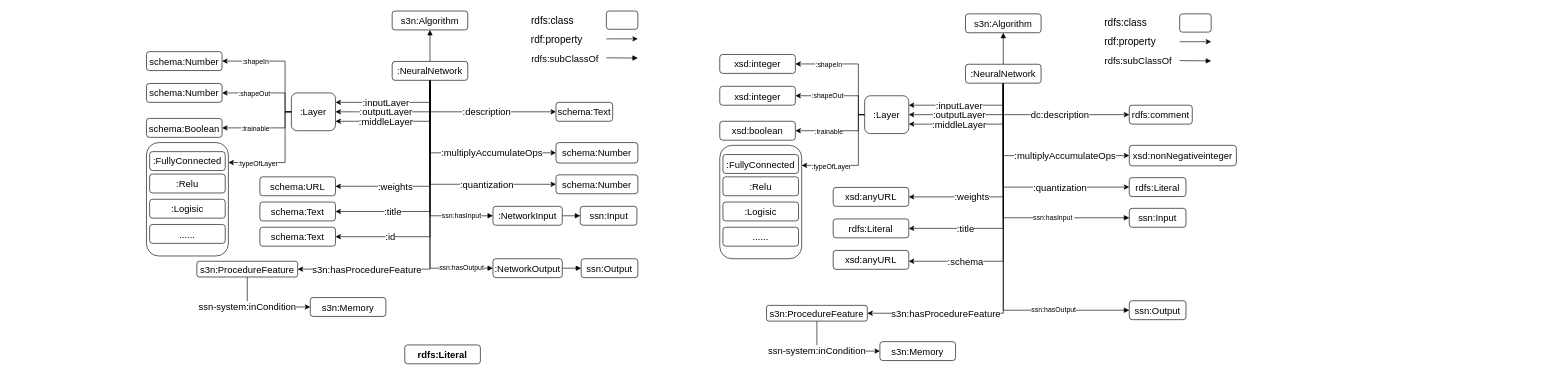
Earlier version of the draw.io diagram Untitled Diagram 1.drawio (Haoyu-R/appendix). Source tidied: cells renumbered, new cells numbered last; positions are measured from the earlier drawing's top-left corner, leaving out a move shared by most shapes. Both pictures are drawn from the tidied source at 63%, with x=0, y=0 at pixel (146, 11).
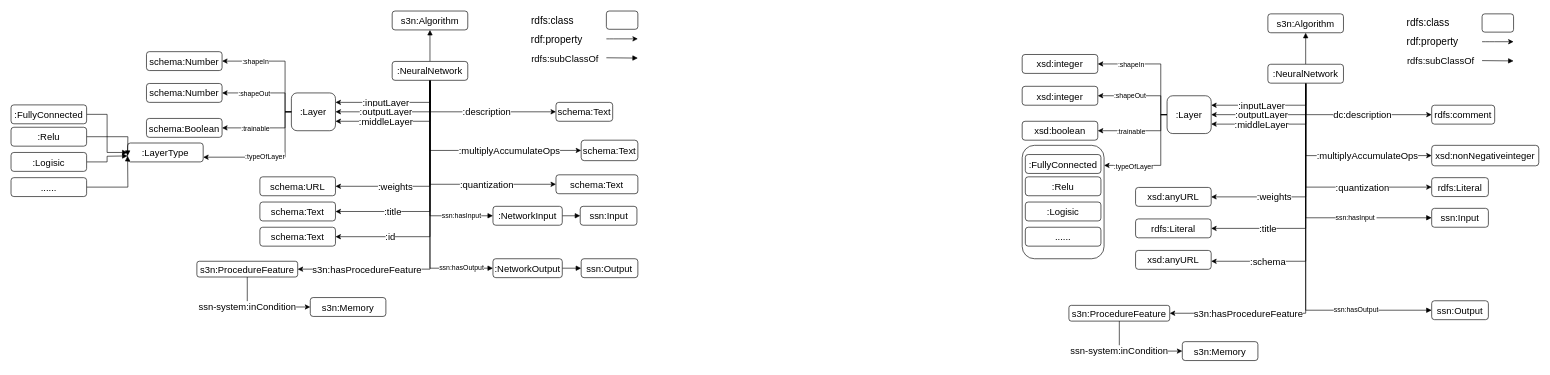
The same page after the edit.

Diff of the diagram source:
```diff
@@
-    <mxCell id="19" value="schema:Number" style="rounded=1;whiteSpace=wrap;html=1;fontSize=15;" parent="1" vertex="1">
-      <mxGeometry x="650" y="208.8" width="130" height="32.5" as="geometry" />
+    <mxCell id="19" value="schema:Text" style="rounded=1;whiteSpace=wrap;html=1;fontSize=15;" parent="1" vertex="1">
+      <mxGeometry x="690" y="205" width="90" height="32.5" as="geometry" />
     </mxCell>
-    <mxCell id="20" value="schema:Number" style="rounded=1;whiteSpace=wrap;html=1;fontSize=15;" parent="1" vertex="1">
+    <mxCell id="20" value="schema:Text" style="rounded=1;whiteSpace=wrap;html=1;fontSize=15;" parent="1" vertex="1">
       <mxGeometry x="650" y="260" width="130" height="30" as="geometry" />
     </mxCell>
@@
     <mxCell id="36" value="s3n:Algorithm" style="rounded=1;whiteSpace=wrap;html=1;fontSize=15;" parent="1" vertex="1">
-      <mxGeometry x="1300" y="4.5" width="120" height="30" as="geometry" />
+      <mxGeometry x="1780" y="4.5" width="120" height="30" as="geometry" />
     </mxCell>
     <mxCell id="37" value=":title" style="edgeStyle=orthogonalEdgeStyle;rounded=0;jettySize=auto;html=1;exitX=0.5;exitY=1;exitDx=0;exitDy=0;fontSize=15;entryX=1;entryY=0.5;entryDx=0;entryDy=0;" parent="1" edge="1" source="49" target="62">
       <mxGeometry x="0.53" relative="1" as="geometry">
         <Array as="points">
-          <mxPoint x="1360" y="345" />
+          <mxPoint x="1840" y="345" />
         </Array>
       </mxGeometry>
     </mxCell>
@@
     <mxCell id="49" value=":NeuralNetwork" style="rounded=1;whiteSpace=wrap;html=1;fontSize=15;" parent="1" vertex="1">
-      <mxGeometry x="1300" y="84.5" width="120" height="30" as="geometry" />
+      <mxGeometry x="1780" y="84.5" width="120" height="30" as="geometry" />
     </mxCell>
     <mxCell id="50" value="xsd:anyURL" style="rounded=1;whiteSpace=wrap;html=1;fontSize=15;" parent="1" vertex="1">
-      <mxGeometry x="1090" y="280" width="120" height="30" as="geometry" />
+      <mxGeometry x="1570" y="280" width="120" height="30" as="geometry" />
     </mxCell>
     <mxCell id="51" style="edgeStyle=orthogonalEdgeStyle;rounded=0;jettySize=auto;html=1;exitX=0;exitY=0.5;exitDx=0;exitDy=0;entryX=1;entryY=0.5;entryDx=0;entryDy=0;" parent="1" edge="1" source="59" target="78">
       <mxGeometry relative="1" as="geometry">
         <Array as="points">
-          <mxPoint x="1130" y="164" />
-          <mxPoint x="1130" y="84" />
+          <mxPoint x="1610" y="164" />
+          <mxPoint x="1610" y="84" />
         </Array>
       </mxGeometry>
     </mxCell>
@@
     <mxCell id="53" style="edgeStyle=orthogonalEdgeStyle;rounded=0;jettySize=auto;html=1;exitX=0;exitY=0.5;exitDx=0;exitDy=0;entryX=1;entryY=0.5;entryDx=0;entryDy=0;" parent="1" edge="1" source="59" target="79">
       <mxGeometry x="0.54" relative="1" as="geometry">
         <Array as="points">
-          <mxPoint x="1130" y="164" />
-          <mxPoint x="1130" y="134" />
+          <mxPoint x="1610" y="164" />
+          <mxPoint x="1610" y="134" />
         </Array>
       </mxGeometry>
     </mxCell>
@@
     <mxCell id="55" style="edgeStyle=orthogonalEdgeStyle;rounded=0;jettySize=auto;html=1;exitX=0;exitY=0.5;exitDx=0;exitDy=0;entryX=1;entryY=0.5;entryDx=0;entryDy=0;" parent="1" edge="1" source="59" target="80">
       <mxGeometry relative="1" as="geometry">
         <Array as="points">
-          <mxPoint x="1130" y="164" />
-          <mxPoint x="1130" y="190" />
+          <mxPoint x="1610" y="164" />
+          <mxPoint x="1610" y="190" />
         </Array>
       </mxGeometry>
     </mxCell>
@@
     <mxCell id="57" style="edgeStyle=orthogonalEdgeStyle;rounded=0;jettySize=auto;html=1;exitX=0;exitY=0.5;exitDx=0;exitDy=0;entryX=1;entryY=0.5;entryDx=0;entryDy=0;" parent="1" edge="1" source="59">
       <mxGeometry relative="1" as="geometry">
-        <mxPoint x="1040" y="245" as="targetPoint" />
+        <mxPoint x="1520" y="245" as="targetPoint" />
         <Array as="points">
-          <mxPoint x="1130" y="164" />
-          <mxPoint x="1130" y="245" />
+          <mxPoint x="1610" y="164" />
+          <mxPoint x="1610" y="245" />
         </Array>
       </mxGeometry>
     </mxCell>
@@
     <mxCell id="59" value=":Layer" style="rounded=1;whiteSpace=wrap;html=1;fontSize=15;" parent="1" vertex="1">
-      <mxGeometry x="1140" y="134.5" width="70" height="60" as="geometry" />
+      <mxGeometry x="1620" y="134.5" width="70" height="60" as="geometry" />
     </mxCell>
     <mxCell id="60" value="xsd:nonNegativeinteger" style="rounded=1;whiteSpace=wrap;html=1;fontSize=15;" parent="1" vertex="1">
-      <mxGeometry x="1560" y="213.2" width="170" height="32.5" as="geometry" />
+      <mxGeometry x="2040" y="213.2" width="170" height="32.5" as="geometry" />
     </mxCell>
     <mxCell id="61" value="rdfs:Literal" style="rounded=1;whiteSpace=wrap;html=1;fontSize=15;" parent="1" vertex="1">
-      <mxGeometry x="1560" y="264.5" width="90" height="30" as="geometry" />
+      <mxGeometry x="2040" y="264.5" width="90" height="30" as="geometry" />
     </mxCell>
     <mxCell id="62" value="rdfs:Literal" style="rounded=1;whiteSpace=wrap;html=1;fontSize=15;" parent="1" vertex="1">
-      <mxGeometry x="1090" y="330" width="120" height="30" as="geometry" />
+      <mxGeometry x="1570" y="330" width="120" height="30" as="geometry" />
     </mxCell>
     <mxCell id="63" value="rdfs:comment" style="rounded=1;whiteSpace=wrap;html=1;fontSize=15;" parent="1" vertex="1">
-      <mxGeometry x="1560" y="149.5" width="100" height="30" as="geometry" />
+      <mxGeometry x="2040" y="149.5" width="100" height="30" as="geometry" />
     </mxCell>
     <mxCell id="64" style="edgeStyle=orthogonalEdgeStyle;rounded=0;orthogonalLoop=1;jettySize=auto;html=1;exitX=0.5;exitY=1;exitDx=0;exitDy=0;fontSize=15;" parent="1" edge="1">
       <mxGeometry relative="1" as="geometry">
-        <mxPoint x="1689.2" y="469.8" as="sourcePoint" />
-        <mxPoint x="1689.2" y="469.8" as="targetPoint" />
+        <mxPoint x="2169.2" y="469.8" as="sourcePoint" />
+        <mxPoint x="2169.2" y="469.8" as="targetPoint" />
       </mxGeometry>
     </mxCell>
     <mxCell id="65" style="rounded=1;whiteSpace=wrap;html=1;fontSize=16;" parent="1" vertex="1">
-      <mxGeometry x="1640" y="4.5" width="50" height="29" as="geometry" />
+      <mxGeometry x="2120" y="4.5" width="50" height="29" as="geometry" />
     </mxCell>
     <mxCell id="66" value="rdfs:class" style="text;html=1;align=center;verticalAlign=middle;strokeColor=none;fontSize=16;" parent="1" vertex="1">
-      <mxGeometry x="1514" y="9" width="80" height="20" as="geometry" />
+      <mxGeometry x="1994" y="9" width="80" height="20" as="geometry" />
     </mxCell>
     <mxCell id="67" value="rdf:property" style="text;html=1;align=center;verticalAlign=middle;strokeColor=none;fontSize=16;" parent="1" vertex="1">
-      <mxGeometry x="1511" y="39" width="100" height="20" as="geometry" />
+      <mxGeometry x="1991" y="39" width="100" height="20" as="geometry" />
     </mxCell>
     <mxCell id="68" style="endArrow=classic;html=1;fontSize=16;" parent="1" edge="1">
       <mxGeometry relative="1" as="geometry">
-        <mxPoint x="1640" y="48.7" as="sourcePoint" />
-        <mxPoint x="1690" y="48.7" as="targetPoint" />
+        <mxPoint x="2120" y="48.7" as="sourcePoint" />
+        <mxPoint x="2170" y="48.7" as="targetPoint" />
         <Array as="points">
-          <mxPoint x="1650" y="48.7" />
+          <mxPoint x="2130" y="48.7" />
         </Array>
       </mxGeometry>
     </mxCell>
     <mxCell id="69" style="endArrow=block;html=1;fontSize=16;endFill=1;" parent="1" edge="1">
       <mxGeometry relative="1" as="geometry">
-        <mxPoint x="1640" y="78.7" as="sourcePoint" />
-        <mxPoint x="1690" y="79.2" as="targetPoint" />
+        <mxPoint x="2120" y="78.7" as="sourcePoint" />
+        <mxPoint x="2170" y="79.2" as="targetPoint" />
       </mxGeometry>
     </mxCell>
     <mxCell id="70" value="ssn-system:inCondition" style="edgeStyle=orthogonalEdgeStyle;rounded=0;jettySize=auto;html=1;exitX=0.5;exitY=1;exitDx=0;exitDy=0;entryX=0;entryY=0.5;entryDx=0;entryDy=0;fontSize=15;endArrow=classic;endFill=1;" parent="1" edge="1" source="71" target="72">
       <mxGeometry x="-0.36" relative="1" as="geometry">
         <Array as="points">
-          <mxPoint x="1064.2" y="539.8" />
+          <mxPoint x="1544.2" y="539.8" />
         </Array>
       </mxGeometry>
     </mxCell>
     <mxCell id="71" value="s3n:ProcedureFeature" style="rounded=1;whiteSpace=wrap;html=1;fontSize=15;" parent="1" vertex="1">
-      <mxGeometry x="984.2" y="467.2" width="160" height="25" as="geometry" />
+      <mxGeometry x="1464.2" y="467.2" width="160" height="25" as="geometry" />
     </mxCell>
     <mxCell id="72" value="s3n:Memory" style="rounded=1;whiteSpace=wrap;html=1;fontSize=15;" parent="1" vertex="1">
-      <mxGeometry x="1164.2" y="524.8" width="120" height="30" as="geometry" />
+      <mxGeometry x="1644.2" y="524.8" width="120" height="30" as="geometry" />
     </mxCell>
     <mxCell id="73" value="rdfs:subClassOf" style="text;html=1;align=center;verticalAlign=middle;strokeColor=none;fontSize=15;" parent="1" vertex="1">
-      <mxGeometry x="1514" y="69" width="120" height="20" as="geometry" />
+      <mxGeometry x="1994" y="69" width="120" height="20" as="geometry" />
     </mxCell>
     <mxCell id="74" style="edgeStyle=orthogonalEdgeStyle;rounded=0;orthogonalLoop=1;jettySize=auto;html=1;exitX=0.5;exitY=1;exitDx=0;exitDy=0;" parent="1" edge="1">
       <mxGeometry relative="1" as="geometry">
-        <mxPoint x="1684" y="382" as="sourcePoint" />
-        <mxPoint x="1684" y="382" as="targetPoint" />
+        <mxPoint x="2164" y="382" as="sourcePoint" />
+        <mxPoint x="2164" y="382" as="targetPoint" />
       </mxGeometry>
     </mxCell>
     <mxCell id="75" style="edgeStyle=orthogonalEdgeStyle;rounded=0;orthogonalLoop=1;jettySize=auto;html=1;exitX=0.5;exitY=1;exitDx=0;exitDy=0;fontSize=15;" parent="1" edge="1">
       <mxGeometry relative="1" as="geometry">
-        <mxPoint x="1637.7" y="450" as="sourcePoint" />
-        <mxPoint x="1637.7" y="450" as="targetPoint" />
+        <mxPoint x="2117.7" y="450" as="sourcePoint" />
+        <mxPoint x="2117.7" y="450" as="targetPoint" />
       </mxGeometry>
     </mxCell>
     <mxCell id="76" value="ssn:Input" style="rounded=1;whiteSpace=wrap;html=1;fontSize=15;" parent="1" vertex="1">
-      <mxGeometry x="1560" y="313.2" width="90" height="30" as="geometry" />
+      <mxGeometry x="2040" y="313.2" width="90" height="30" as="geometry" />
     </mxCell>
     <mxCell id="77" value="ssn:Output" style="rounded=1;whiteSpace=wrap;html=1;fontSize=15;" parent="1" vertex="1">
-      <mxGeometry x="1560" y="459.9" width="90" height="30" as="geometry" />
+      <mxGeometry x="2040" y="459.9" width="90" height="30" as="geometry" />
     </mxCell>
     <mxCell id="78" value="xsd:integer" style="rounded=1;whiteSpace=wrap;html=1;fontSize=15;" parent="1" vertex="1">
-      <mxGeometry x="910" y="69" width="120" height="30" as="geometry" />
+      <mxGeometry x="1390" y="69" width="120" height="30" as="geometry" />
     </mxCell>
     <mxCell id="79" value="xsd:integer" style="rounded=1;whiteSpace=wrap;html=1;fontSize=15;" parent="1" vertex="1">
-      <mxGeometry x="910" y="119.5" width="120" height="30" as="geometry" />
+      <mxGeometry x="1390" y="119.5" width="120" height="30" as="geometry" />
     </mxCell>
     <mxCell id="80" value="xsd:boolean" style="rounded=1;whiteSpace=wrap;html=1;fontSize=15;" parent="1" vertex="1">
-      <mxGeometry x="910" y="175" width="120" height="30" as="geometry" />
+      <mxGeometry x="1390" y="175" width="120" height="30" as="geometry" />
     </mxCell>
     <mxCell id="81" style="rounded=1;whiteSpace=wrap;html=1;fontSize=15;" parent="1" vertex="1">
-      <mxGeometry x="910" y="213.2" width="130" height="180" as="geometry" />
+      <mxGeometry x="1390" y="213.2" width="130" height="180" as="geometry" />
     </mxCell>
     <mxCell id="82" value="&lt;div&gt;:FullyConnected&lt;/div&gt;" style="rounded=1;whiteSpace=wrap;html=1;fontSize=15;" parent="1" vertex="1">
-      <mxGeometry x="915" y="227.8" width="120" height="30" as="geometry" />
+      <mxGeometry x="1395" y="227.8" width="120" height="30" as="geometry" />
     </mxCell>
     <mxCell id="83" value=":Relu" style="rounded=1;whiteSpace=wrap;html=1;fontSize=15;" parent="1" vertex="1">
-      <mxGeometry x="915" y="263.2" width="120" height="30" as="geometry" />
+      <mxGeometry x="1395" y="263.2" width="120" height="30" as="geometry" />
     </mxCell>
     <mxCell id="84" value=":Logisic" style="rounded=1;whiteSpace=wrap;html=1;fontSize=15;" parent="1" vertex="1">
-      <mxGeometry x="915" y="303.2" width="120" height="30" as="geometry" />
+      <mxGeometry x="1395" y="303.2" width="120" height="30" as="geometry" />
     </mxCell>
     <mxCell id="85" value="......" style="rounded=1;whiteSpace=wrap;html=1;fontSize=15;" parent="1" vertex="1">
-      <mxGeometry x="915" y="343.2" width="120" height="30" as="geometry" />
+      <mxGeometry x="1395" y="343.2" width="120" height="30" as="geometry" />
     </mxCell>
     <mxCell id="86" value="xsd:anyURL" style="rounded=1;whiteSpace=wrap;html=1;fontSize=15;" parent="1" vertex="1">
-      <mxGeometry x="1090" y="380" width="120" height="30" as="geometry" />
+      <mxGeometry x="1570" y="380" width="120" height="30" as="geometry" />
     </mxCell>
     <mxCell id="87" value=":schema" style="edgeStyle=orthogonalEdgeStyle;rounded=0;orthogonalLoop=1;jettySize=auto;html=1;exitX=0.5;exitY=1;exitDx=0;exitDy=0;fontSize=15;entryX=1;entryY=0.5;entryDx=0;entryDy=0;" parent="1" edge="1">
       <mxGeometry x="0.53" relative="1" as="geometry">
-        <mxPoint x="1360" y="166.7" as="sourcePoint" />
-        <mxPoint x="1210" y="397.2" as="targetPoint" />
+        <mxPoint x="1840" y="166.7" as="sourcePoint" />
+        <mxPoint x="1690" y="397.2" as="targetPoint" />
         <Array as="points">
-          <mxPoint x="1360" y="397.2" />
+          <mxPoint x="1840" y="397.2" />
         </Array>
       </mxGeometry>
     </mxCell>
@@
-    <mxCell id="98" style="edgeStyle=orthogonalEdgeStyle;rounded=0;orthogonalLoop=1;jettySize=auto;html=1;exitX=0;exitY=0.5;exitDx=0;exitDy=0;entryX=1;entryY=0.5;entryDx=0;entryDy=0;" parent="1" edge="1">
+    <mxCell id="98" style="edgeStyle=orthogonalEdgeStyle;rounded=0;jettySize=auto;html=1;exitX=0;exitY=0.5;exitDx=0;exitDy=0;entryX=1;entryY=0.75;entryDx=0;entryDy=0;" parent="1" edge="1" target="104">
       <mxGeometry relative="1" as="geometry">
         <mxPoint x="230" y="160" as="sourcePoint" />
-        <mxPoint x="130" y="240.5" as="targetPoint" />
         <Array as="points">
-          <mxPoint x="220" y="159.5" />
-          <mxPoint x="220" y="240.5" />
+          <mxPoint x="220" y="160" />
+          <mxPoint x="220" y="232" />
         </Array>
       </mxGeometry>
     </mxCell>
     <mxCell id="99" value=":typeOfLayer" style="edgeLabel;html=1;align=center;verticalAlign=middle;" parent="98" vertex="1">
-      <mxGeometry x="0.48" y="1" relative="1" as="geometry" />
+      <mxGeometry x="0.48" y="1" relative="1" as="geometry">
+        <mxPoint x="42" y="-3" as="offset" />
+      </mxGeometry>
     </mxCell>
@@
-    <mxCell id="103" style="rounded=1;whiteSpace=wrap;html=1;fontSize=15;" parent="1" vertex="1">
-      <mxGeometry y="208.8" width="130" height="180" as="geometry" />
-    </mxCell>
-    <mxCell id="104" value="&lt;div&gt;:FullyConnected&lt;/div&gt;" style="rounded=1;whiteSpace=wrap;html=1;fontSize=15;" parent="1" vertex="1">
-      <mxGeometry x="5" y="223.2" width="120" height="30" as="geometry" />
+    <mxCell id="104" value="&lt;div&gt;:LayerType&lt;/div&gt;" style="rounded=1;whiteSpace=wrap;html=1;fontSize=15;" parent="1" vertex="1">
+      <mxGeometry x="-30" y="209.5" width="120" height="30" as="geometry" />
     </mxCell>
+    <mxCell id="109" style="edgeStyle=orthogonalEdgeStyle;rounded=0;jettySize=auto;html=1;exitX=1;exitY=0.5;exitDx=0;exitDy=0;entryX=0;entryY=0.5;entryDx=0;entryDy=0;endArrow=block;endFill=1;" parent="1" edge="1" source="110" target="104">
+      <mxGeometry relative="1" as="geometry" />
+    </mxCell>
+    <mxCell id="110" value="&lt;div&gt;:FullyConnected&lt;/div&gt;" style="rounded=1;whiteSpace=wrap;html=1;fontSize=15;" parent="1" vertex="1">
+      <mxGeometry x="-215" y="149" width="120" height="30" as="geometry" />
+    </mxCell>
+    <mxCell id="111" style="edgeStyle=orthogonalEdgeStyle;rounded=0;jettySize=auto;html=1;exitX=1;exitY=0.5;exitDx=0;exitDy=0;endArrow=block;endFill=1;" parent="1" edge="1" source="105">
+      <mxGeometry relative="1" as="geometry">
+        <mxPoint x="-30" y="230" as="targetPoint" />
+      </mxGeometry>
+    </mxCell>
     <mxCell id="105" value=":Relu" style="rounded=1;whiteSpace=wrap;html=1;fontSize=15;" parent="1" vertex="1">
-      <mxGeometry x="5" y="258.8" width="120" height="30" as="geometry" />
+      <mxGeometry x="-215" y="184.5" width="120" height="30" as="geometry" />
     </mxCell>
+    <mxCell id="112" style="edgeStyle=orthogonalEdgeStyle;rounded=0;jettySize=auto;html=1;exitX=1;exitY=0.5;exitDx=0;exitDy=0;endArrow=block;endFill=1;" parent="1" edge="1" source="106">
+      <mxGeometry relative="1" as="geometry">
+        <mxPoint x="-30" y="230" as="targetPoint" />
+      </mxGeometry>
+    </mxCell>
     <mxCell id="106" value=":Logisic" style="rounded=1;whiteSpace=wrap;html=1;fontSize=15;" parent="1" vertex="1">
-      <mxGeometry x="5" y="298.8" width="120" height="30" as="geometry" />
+      <mxGeometry x="-215" y="224.5" width="120" height="30" as="geometry" />
     </mxCell>
+    <mxCell id="113" style="edgeStyle=orthogonalEdgeStyle;rounded=0;jettySize=auto;html=1;exitX=1;exitY=0.5;exitDx=0;exitDy=0;endArrow=block;endFill=1;" parent="1" edge="1" source="107">
+      <mxGeometry relative="1" as="geometry">
+        <mxPoint x="-30" y="230" as="targetPoint" />
+      </mxGeometry>
+    </mxCell>
     <mxCell id="107" value="......" style="rounded=1;whiteSpace=wrap;html=1;fontSize=15;" parent="1" vertex="1">
-      <mxGeometry x="5" y="338.8" width="120" height="30" as="geometry" />
+      <mxGeometry x="-215" y="264.5" width="120" height="30" as="geometry" />
     </mxCell>
-    <mxCell id="108" value="&lt;b&gt;rdfs:Literal&lt;/b&gt;" style="rounded=1;whiteSpace=wrap;html=1;fontSize=15;" parent="1" vertex="1">
-      <mxGeometry x="410" y="530" width="120" height="30" as="geometry" />
-    </mxCell>
```
